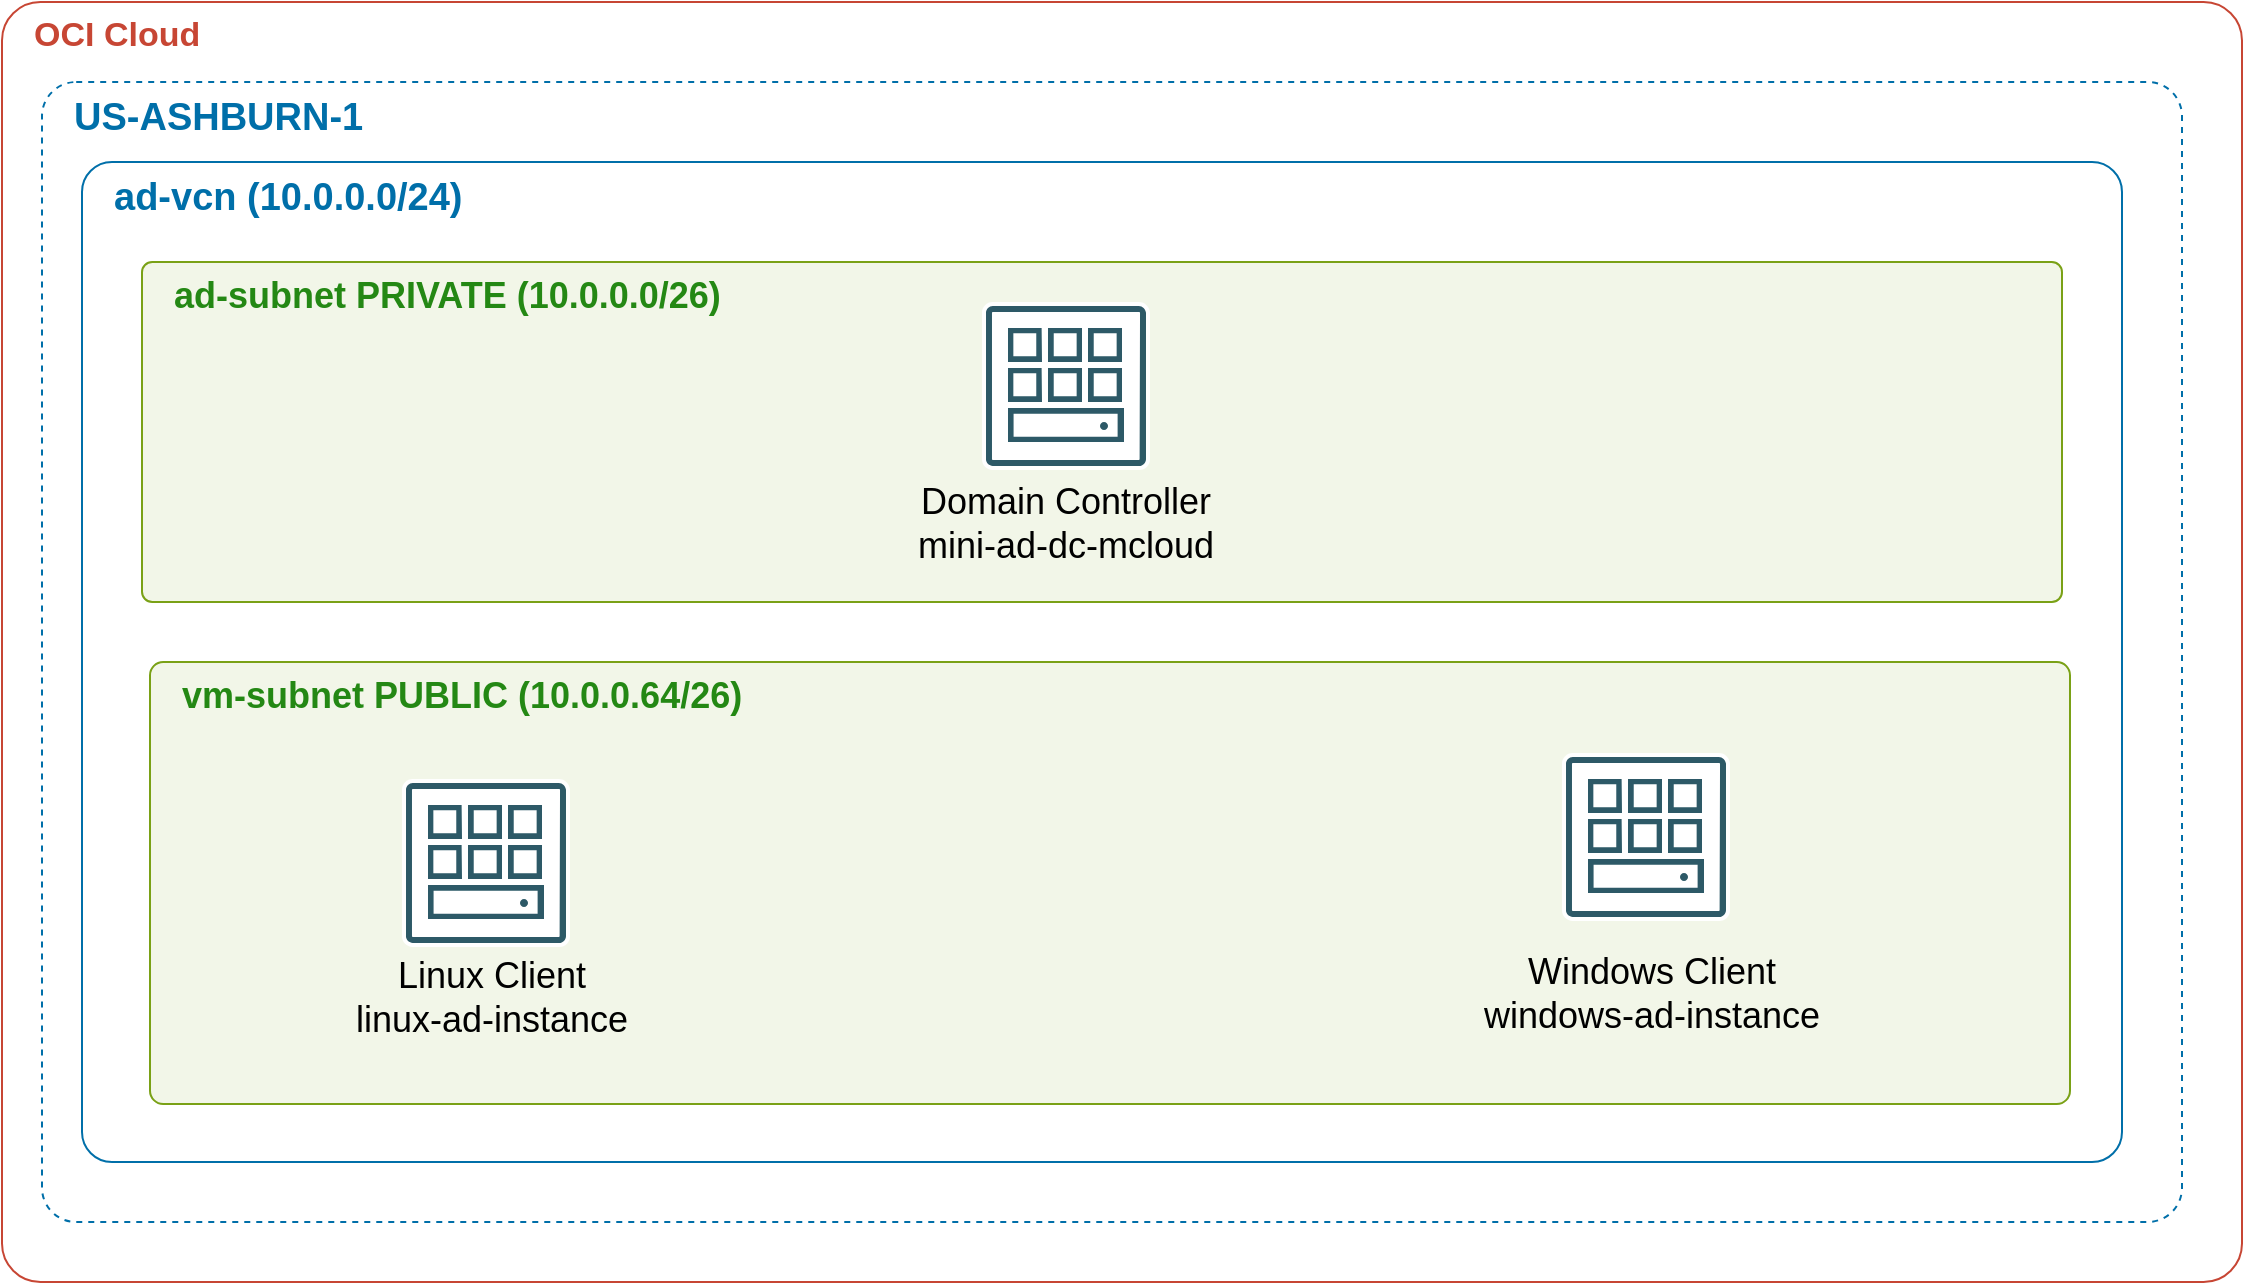
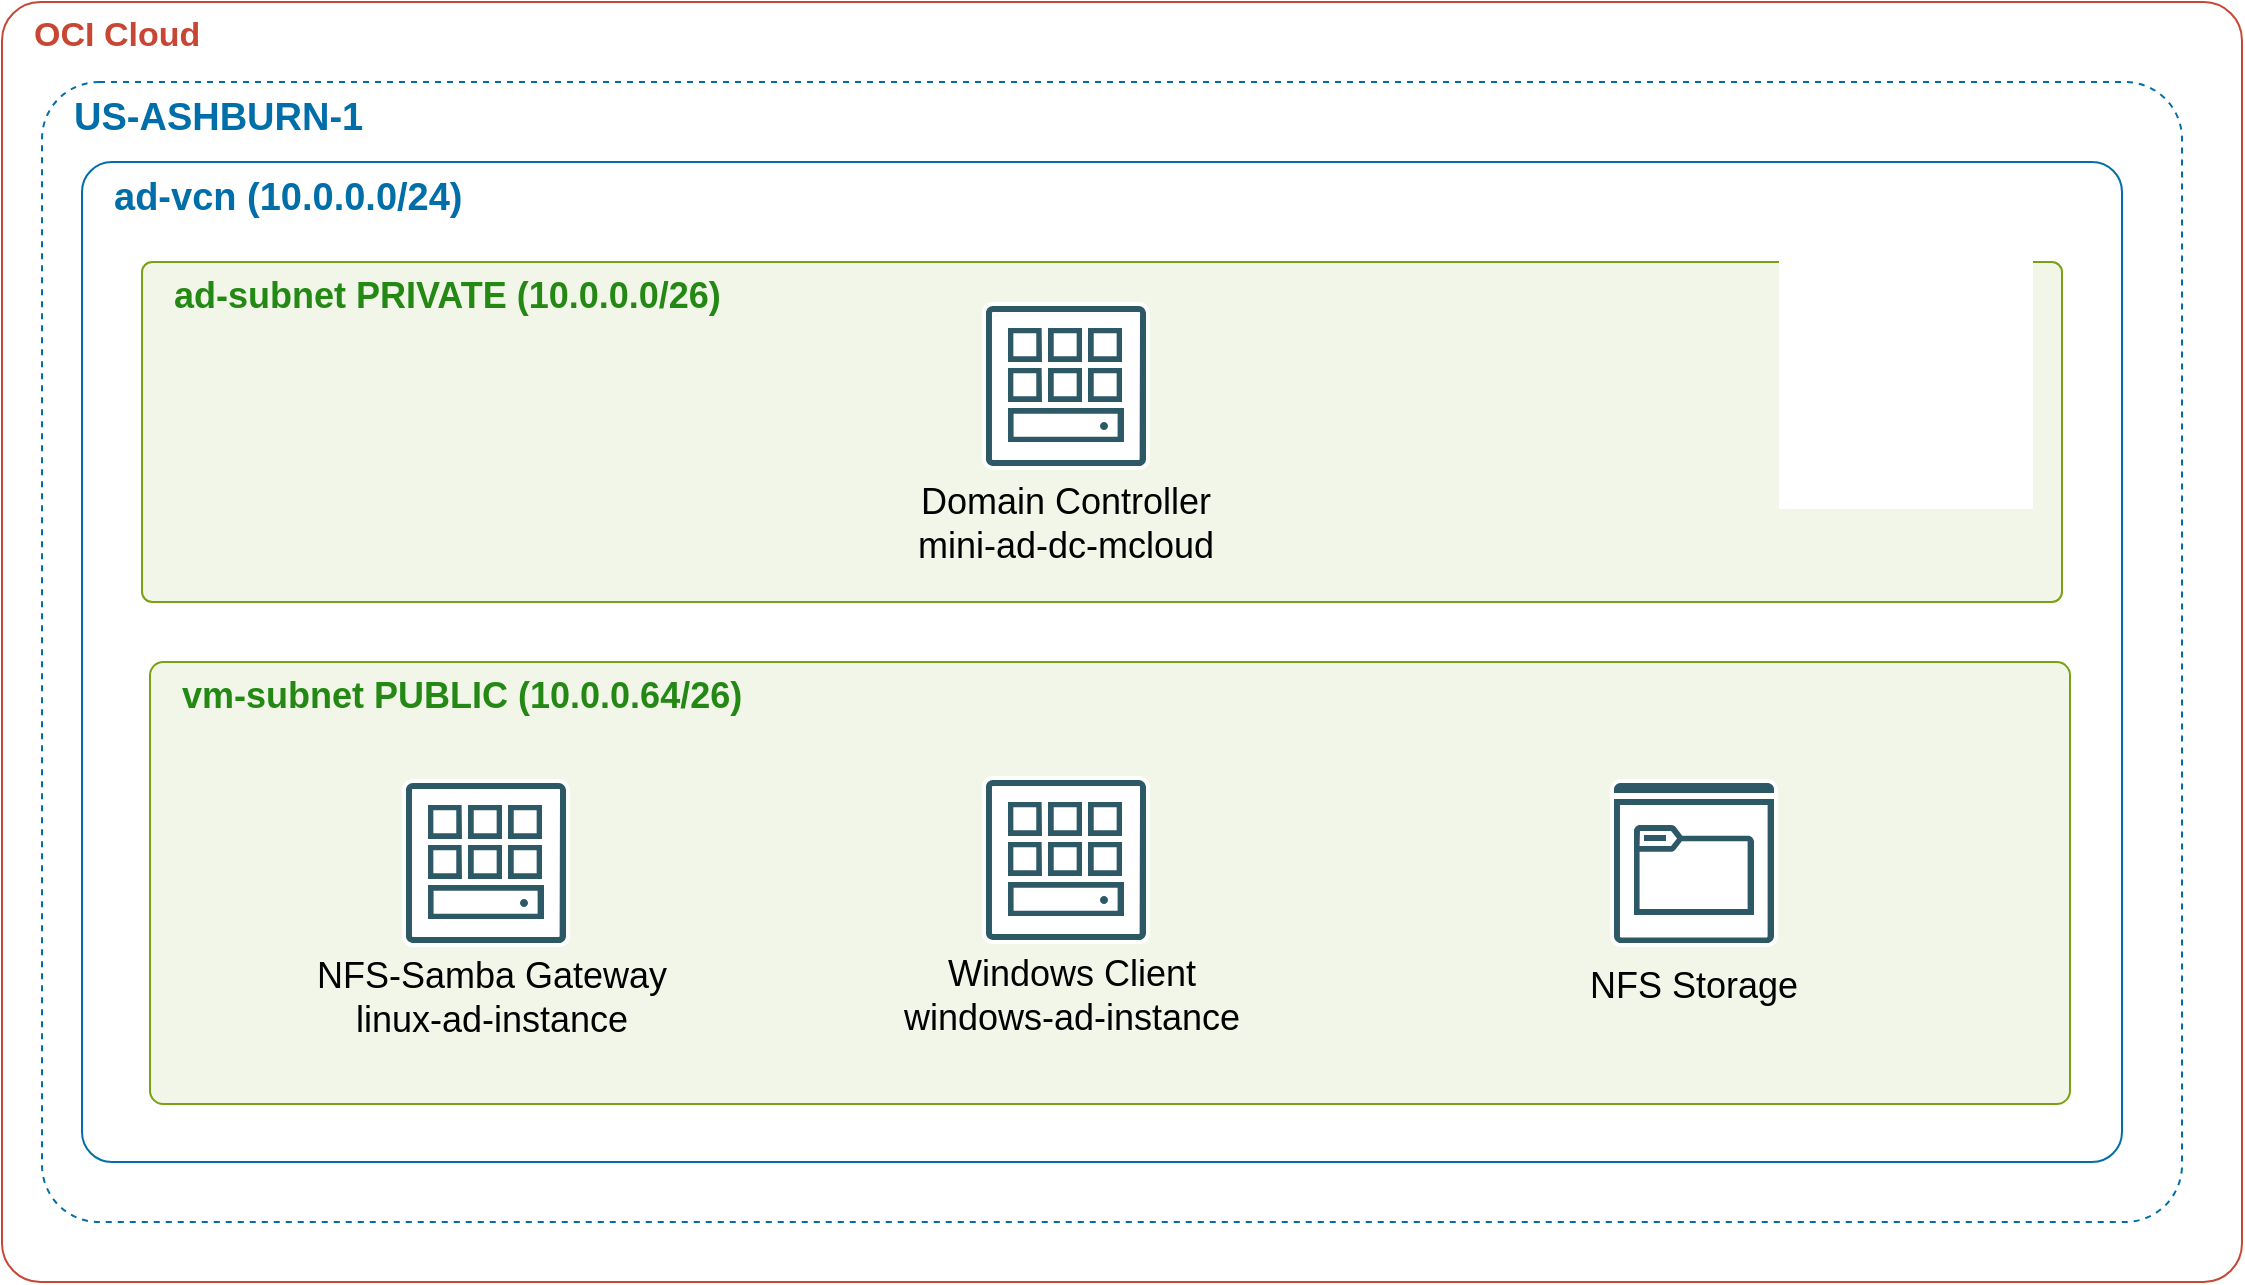
<mxfile host="app.diagrams.net" agent="Mozilla/5.0 (Windows NT 10.0; Win64; x64) AppleWebKit/537.36 (KHTML, like Gecko) Chrome/139.0.0.0 Safari/537.36">
  <diagram id="oci-mini-ad-arch" name="Page-1">
    <mxGraphModel grid="1" page="1" gridSize="10" guides="1" tooltips="1" connect="1" arrows="1" fold="1" pageScale="1" pageWidth="1169" pageHeight="827" math="0" shadow="0">
      <root>
        <mxCell id="0" />
        <mxCell id="1" parent="0" />
        <mxCell id="oci-cloud" parent="1" style="points=[[0,0],[0.25,0],[0.5,0],[0.75,0],[1,0],[1,0.25],[1,0.5],[1,0.75],[1,1],[0.75,1],[0.5,1],[0.25,1],[0,1],[0,0.75],[0,0.5],[0,0.25]];outlineConnect=0;gradientColor=none;html=1;whiteSpace=wrap;fontSize=14;fontStyle=1;strokeColor=#C74634;fillColor=none;verticalAlign=top;align=left;spacingLeft=14;fontColor=#C74634;dashed=0;labelBackgroundColor=#ffffff;rounded=1;arcSize=3;container=1;pointerEvents=0;collapsible=0;recursiveResize=0;" value="&lt;font style=&quot;font-size: 17px;&quot;&gt;OCI Cloud&lt;/font&gt;" vertex="1">
          <mxGeometry height="640" width="1120" x="30" y="10" as="geometry" />
        </mxCell>
-         <mxCell id="region" parent="oci-cloud" style="points=[[0,0],[0.25,0],[0.5,0],[0.75,0],[1,0],[1,0.25],[1,0.5],[1,0.75],[1,1],[0.75,1],[0.5,1],[0.25,1],[0,1],[0,0.75],[0,0.5],[0,0.25]];outlineConnect=0;gradientColor=none;html=1;whiteSpace=wrap;fontSize=12;fontStyle=0;container=1;pointerEvents=0;collapsible=0;recursiveResize=0;strokeColor=#006FA9;fillColor=none;verticalAlign=top;align=left;spacingLeft=14;fontColor=#006FA9;dashed=1;rounded=1;arcSize=3;" value="&lt;font style=&quot;font-size: 19px;&quot;&gt;&lt;b style=&quot;&quot;&gt;US-ASHBURN-1&lt;/b&gt;&lt;/font&gt;" vertex="1">
+         <mxCell id="region" parent="oci-cloud" style="points=[[0,0],[0.25,0],[0.5,0],[0.75,0],[1,0],[1,0.25],[1,0.5],[1,0.75],[1,1],[0.75,1],[0.5,1],[0.25,1],[0,1],[0,0.75],[0,0.5],[0,0.25]];outlineConnect=0;gradientColor=none;html=1;whiteSpace=wrap;fontSize=12;fontStyle=0;container=1;pointerEvents=0;collapsible=0;recursiveResize=0;strokeColor=#006FA9;fillColor=none;verticalAlign=top;align=left;spacingLeft=14;fontColor=#006FA9;dashed=1;rounded=1;arcSize=5;" value="&lt;font style=&quot;font-size: 19px;&quot;&gt;&lt;b style=&quot;&quot;&gt;US-ASHBURN-1&lt;/b&gt;&lt;/font&gt;" vertex="1">
          <mxGeometry height="570" width="1070" x="20" y="40" as="geometry" />
        </mxCell>
        <mxCell id="vcn" parent="region" style="points=[[0,0],[0.25,0],[0.5,0],[0.75,0],[1,0],[1,0.25],[1,0.5],[1,0.75],[1,1],[0.75,1],[0.5,1],[0.25,1],[0,1],[0,0.75],[0,0.5],[0,0.25]];outlineConnect=0;gradientColor=none;html=1;whiteSpace=wrap;fontSize=12;fontStyle=0;container=1;pointerEvents=0;collapsible=0;recursiveResize=0;strokeColor=#006FA9;fillColor=none;verticalAlign=top;align=left;spacingLeft=14;fontColor=#006FA9;dashed=0;rounded=1;arcSize=3;" value="&lt;font style=&quot;font-size: 19px;&quot;&gt;&lt;b&gt;ad-vcn (10.0.0.0/24)&lt;/b&gt;&lt;/font&gt;" vertex="1">
          <mxGeometry height="500" width="1020" x="20" y="40" as="geometry" />
        </mxCell>
        <mxCell id="ad-subnet" parent="vcn" style="points=[[0,0],[0.25,0],[0.5,0],[0.75,0],[1,0],[1,0.25],[1,0.5],[1,0.75],[1,1],[0.75,1],[0.5,1],[0.25,1],[0,1],[0,0.75],[0,0.5],[0,0.25]];outlineConnect=0;gradientColor=none;html=1;whiteSpace=wrap;fontSize=12;fontStyle=0;container=1;pointerEvents=0;collapsible=0;recursiveResize=0;strokeColor=#7AA116;fillColor=#F2F6E8;verticalAlign=top;align=left;spacingLeft=14;fontColor=#248814;dashed=0;rounded=1;arcSize=3;" value="&lt;font style=&quot;font-size: 18px;&quot;&gt;&lt;b&gt;ad-subnet PRIVATE (10.0.0.0/26)&lt;/b&gt;&lt;/font&gt;" vertex="1">
          <mxGeometry height="170" width="960" x="30" y="50" as="geometry" />
        </mxCell>
        <mxCell id="dc-2" parent="ad-subnet" style="vsdxID=53;fillColor=none;gradientColor=none;strokeColor=none;spacingTop=-7;spacingBottom=-3;spacingLeft=-3;spacingRight=-3;points=[];labelBackgroundColor=none;rounded=0;html=1;whiteSpace=wrap;" vertex="1">
          <mxGeometry height="84" width="84" x="420" y="20" as="geometry" />
        </mxCell>
        <mxCell id="dc-3" parent="dc-2" style="vsdxID=54;fillColor=none;gradientColor=none;strokeColor=none;spacingTop=-3;spacingBottom=-3;spacingLeft=-3;spacingRight=-3;points=[];labelBackgroundColor=none;rounded=0;html=1;whiteSpace=wrap;" vertex="1">
          <mxGeometry height="84" width="84" as="geometry" />
        </mxCell>
        <mxCell id="dc-4" parent="dc-3" style="vsdxID=55;fillColor=#FFFFFF;gradientColor=none;shape=stencil(lZPRDoIwDEW/Zq9LWUHCs+J/EAVZRCATFP/eYYdsAzW+td2922mzMtxey6zNmYBrp5pzfpfHrmS4Y0LIusyV7HTEMGW4LRqVn1TT10fK22xUjtGluY03DOSLOEajScCDCknC482rsif9oVdkCEggeIjGEfgWGASVwChMmsQchVGgqzBpEvLQfrWStUUJDuKb+QMhuHgz8ERnteDyTnDWVBzcVTiNvnFnCN/o9Cyi2CUEFy8Ab3xWB+hLfOJVxFnuI3+AnA1L6kEsG/HJB1zOxkNfBf39Hf/V62D++4WsKlod+9zfFV2iPcP0CQ==);strokeColor=none;spacingTop=-3;spacingBottom=-3;spacingLeft=-3;spacingRight=-3;points=[];labelBackgroundColor=none;rounded=0;html=1;whiteSpace=wrap;" vertex="1">
          <mxGeometry height="82" width="82" x="1" y="1" as="geometry" />
        </mxCell>
        <mxCell id="dc-5" parent="dc-3" style="vsdxID=56;fillColor=#FFFFFF;gradientColor=none;shape=stencil(lZXRdoIwDIafprc9aUMpvXb6Hp6JgzMmHsSNvf1gLbQNCHpX4h/88iehDHe34njNmYRb29Sf+U95aguGb0zK8lLkTdn2J4Z7hrtz3eQfTX2/nOzz9Tgoh9NX/T28obN5BjmqIUvCr41Ijtl/4GD17/fGJgiXoXhiXIYgKdBJJ9IcR5ELJVy6SIdzkQulPMHwz6vyEsIGCRN+JlZpgxRfgFEEN6jJV5ClhDfwCqlqEbgvR8S8VE95e5c0wdU8lTFu77cmtIprEdMGIs+v9GPYIGG5GZQ1SBCzHstZPXI2LDhzCZdnkIzB5sy+qt/aCXihxbBuWaZiyyD2C6hZdAghdmp9YSAi21wWYHTyREInb+J3EQHANro5Sh41R8U7TeQLGy2Ih56BQgXbPJWCVPPcenj9c9thDNcp/U5O3Ry5Um5EjErsXPjorLu5Nrr9wV8E57Kq7D0S/k4vjj5kLx3c/wE=);strokeColor=none;spacingTop=-3;spacingBottom=-3;spacingLeft=-3;spacingRight=-3;points=[];labelBackgroundColor=none;rounded=0;html=1;whiteSpace=wrap;" vertex="1">
          <mxGeometry height="84" width="84" as="geometry" />
        </mxCell>
        <mxCell id="dc-6" parent="dc-2" style="vsdxID=57;fillColor=none;gradientColor=none;strokeColor=none;spacingTop=-3;spacingBottom=-3;spacingLeft=-3;spacingRight=-3;points=[];labelBackgroundColor=none;rounded=0;html=1;whiteSpace=wrap;" vertex="1">
          <mxGeometry height="80" width="80" x="2" y="2" as="geometry" />
        </mxCell>
        <mxCell id="dc-7" parent="dc-6" style="vsdxID=58;fillColor=#2d5967;gradientColor=none;shape=stencil(lZXLcoMwDEW/xlvGWDzidZr8R6YhhSmFDCEt+ftCbbAkB+Lu/LgyR/IVFrC/ladrIZS89V37WfxU574U8CaUqpqy6Kp+HAk4CNhf2q746Np7czbz62lSTqOv9ns6YTBxOo3SeIpS8mFW5N/saMR11SBxEqlkXft+78zJsdmMI62tOsZyOSgyfdipsrtAd2H5drpOJgmWzra4JIXSO0qFsOcVKSkaqgNQyVO4scZ5RgCZnBPqXSRjSukYONRMueQBXAAOY6OETv+84B6kno9bIBVF1LnLm175AL774KX9XniVGTtzNVzJ38so88puneRSSr2UxihbqK20nCqsszw9hwWvuzCImkV5wmkpKlKE2QQFhPkEBdiVhEPyhoPFWesdB5uUfstxfcDlIwx01+z6EwqKFUF/rgCf/jtgHLj//aWqa/Nc4H3+PoxL5m2Bwy8=);strokeColor=none;spacingTop=-3;spacingBottom=-3;spacingLeft=-3;spacingRight=-3;points=[];labelBackgroundColor=none;rounded=0;html=1;whiteSpace=wrap;" vertex="1">
          <mxGeometry height="80" width="80" as="geometry" />
        </mxCell>
        <mxCell id="dc-8" parent="dc-6" style="vsdxID=59;fillColor=#2d5967;gradientColor=none;shape=stencil(pZJbDsIgFERXwy+hQBW/a91Hk1IhIjQUX7sXcmNsNaWx/s1wz32EDGLVoJpeIkqG4N1J3nQbFGJ7RKm2SnodokKsRqzqnJdH7y62Bd83iUzq7K5pwh36SOqg5AGuIOAPgBptR+iruArOoCvB7PosOv0BjkUxpTdYlPOjdxyXf/GCY7qd57/u+ZVfuGeZj+Idl04bA2kb1z/jFZ8gmqx+Ag==);strokeColor=none;spacingTop=-3;spacingBottom=-3;spacingLeft=-3;spacingRight=-3;points=[];labelBackgroundColor=none;rounded=0;html=1;whiteSpace=wrap;" vertex="1">
          <mxGeometry height="17" width="58" x="11" y="51" as="geometry" />
        </mxCell>
        <mxCell id="dc-9" parent="dc-6" style="vsdxID=60;fillColor=#2d5967;gradientColor=none;shape=stencil(jVLRDoMgDPwaXg2UOeezc/9hJk4ypwZ107+fpCRClxnf2nLH9eCYzIa66BUDPoyme6qPLseaySsD0G2tjB7XismcyazqjHqYbmpL7PvCIm316t72hhl5MbcU4Au2gmN/Q+x9MggWeJwk0Vk4gggZfAYyWGAjgcNIinGDUxql6Z7yxnADgEheQmV/OzfioW5MZHfNWoUkFCVWiVF/JRkijtokJv2ng9+t6Iv/s0l+tdHt4QSsxRadSjcNJs8/p1FbRxhTmX8B);strokeColor=none;spacingTop=-3;spacingBottom=-3;spacingLeft=-3;spacingRight=-3;points=[];labelBackgroundColor=none;rounded=0;html=1;whiteSpace=wrap;" vertex="1">
          <mxGeometry height="4" width="4" x="57" y="58" as="geometry" />
        </mxCell>
        <mxCell id="dc-10" parent="dc-6" style="vsdxID=61;fillColor=#2d5967;gradientColor=none;shape=stencil(pZLbDsIgEES/Zl8JZW3E51r/o0mpEBEa2nr5e0Fi2qrpRd92Z8+QCRnArJFFLYDRpnX2JK6qbCXgHhhTRgqnWj8B5oBZZZ04OtuZMu51Ecgwne0lvHCLvh0nnAcXo/eo0Od2iLBWZgDT38CETqCv4yJ4VdoZePwPHEmyGcFBSSdyp2SL/xl65avhM9Jqw0ykBQY/9NWplNaxecP7e9W8FGuK+QM=);strokeColor=none;spacingTop=-3;spacingBottom=-3;spacingLeft=-3;spacingRight=-3;points=[];labelBackgroundColor=none;rounded=0;html=1;whiteSpace=wrap;" vertex="1">
          <mxGeometry height="17" width="17" x="11" y="11" as="geometry" />
        </mxCell>
        <mxCell id="dc-11" parent="dc-6" style="vsdxID=62;fillColor=#2d5967;gradientColor=none;shape=stencil(pZJJDoMwDEVP422UxGXYU3oPJEKJmhIUoMPtm8iqCnSE7vzj920r+oBZVxetAsm73tmDOuuyrwG3IKVuauV07yvAHDCrrFN7Z4emJN0WgQzV0Z7ChAv5BOfBI/mVNKkdoUY3I3QleN/wEp2vXwSvRac/kG6YTCZwikxEH2bHLI3/M4iIJfje8HzSYsOXk34w+OIRmkobQ5kb9+ch808UUMxv);strokeColor=none;spacingTop=-3;spacingBottom=-3;spacingLeft=-3;spacingRight=-3;points=[];labelBackgroundColor=none;rounded=0;html=1;whiteSpace=wrap;" vertex="1">
          <mxGeometry height="17" width="17" x="31" y="11" as="geometry" />
        </mxCell>
        <mxCell id="dc-12" parent="dc-6" style="vsdxID=63;fillColor=#2d5967;gradientColor=none;shape=stencil(pZLbDsIgEES/Zl8JZW3E51r/o0mpEBEa2nr5e0Fi2qrpRd92Z8+QCRnArJFFLYDRpnX2JK6qbCXgHhhTRgqnWj8B5oBZZZ04OtuZMu51Ecgwne0lvHCLvh0nnAcXo/eo0Od2iLBWZgDT38CETqCv4yJ4VdoZePwPHEmyGcFBSSdyp2SL/xl65avhM9Jqw0ykBQY/9NWplNaxecP7e9W8FGuK+QM=);strokeColor=none;spacingTop=-3;spacingBottom=-3;spacingLeft=-3;spacingRight=-3;points=[];labelBackgroundColor=none;rounded=0;html=1;whiteSpace=wrap;" vertex="1">
          <mxGeometry height="17" width="17" x="11" y="31" as="geometry" />
        </mxCell>
        <mxCell id="dc-13" parent="dc-6" style="vsdxID=64;fillColor=#2d5967;gradientColor=none;shape=stencil(pZJJDoMwDEVP422UxGXYU3oPJEKJmhIUoMPtm8iqCnSE7vzj920r+oBZVxetAsm73tmDOuuyrwG3IKVuauV07yvAHDCrrFN7Z4emJN0WgQzV0Z7ChAv5BOfBI/mVNKkdoUY3I3QleN/wEp2vXwSvRac/kG6YTCZwikxEH2bHLI3/M4iIJfje8HzSYsOXk34w+OIRmkobQ5kb9+ch808UUMxv);strokeColor=none;spacingTop=-3;spacingBottom=-3;spacingLeft=-3;spacingRight=-3;points=[];labelBackgroundColor=none;rounded=0;html=1;whiteSpace=wrap;" vertex="1">
          <mxGeometry height="17" width="17" x="31" y="31" as="geometry" />
        </mxCell>
        <mxCell id="dc-14" parent="dc-6" style="vsdxID=65;fillColor=#2d5967;gradientColor=none;shape=stencil(pZJJDoMwDEVP422UxGXYU3oPJEKJmhIUoMPtm8iqCnSE7vzj920r+oBZVxetAsm73tmDOuuyrwG3IKVuauV07yvAHDCrrFN7Z4emJN0WgQzV0Z7ChAv5BOfBI/mVNKkdoUY3I3QleN/wEp2vXwSvRac/kG6YTCZwikxEH2bHLI3/M4iIJfje8HzSYsOXk34w+OIRmkobQ5kb9+ch808UUMxv);strokeColor=none;spacingTop=-3;spacingBottom=-3;spacingLeft=-3;spacingRight=-3;points=[];labelBackgroundColor=none;rounded=0;html=1;whiteSpace=wrap;" vertex="1">
          <mxGeometry height="17" width="17" x="51" y="11" as="geometry" />
        </mxCell>
        <mxCell id="dc-15" parent="dc-6" style="vsdxID=66;fillColor=#2d5967;gradientColor=none;shape=stencil(pZJJDoMwDEVP422UxGXYU3oPJEKJmhIUoMPtm8iqCnSE7vzj920r+oBZVxetAsm73tmDOuuyrwG3IKVuauV07yvAHDCrrFN7Z4emJN0WgQzV0Z7ChAv5BOfBI/mVNKkdoUY3I3QleN/wEp2vXwSvRac/kG6YTCZwikxEH2bHLI3/M4iIJfje8HzSYsOXk34w+OIRmkobQ5kb9+ch808UUMxv);strokeColor=none;spacingTop=-3;spacingBottom=-3;spacingLeft=-3;spacingRight=-3;points=[];labelBackgroundColor=none;rounded=0;html=1;whiteSpace=wrap;" vertex="1">
          <mxGeometry height="17" width="17" x="51" y="31" as="geometry" />
        </mxCell>
        <mxCell id="dc-label" parent="ad-subnet" style="verticalAlign=middle;align=center;vsdxID=68;fillColor=none;gradientColor=none;shape=stencil(nZBLDoAgDERP0z3SIyjew0SURgSD+Lu9kMZoXLhwN9O+tukAlrNpJg1SzDH4QW/URgNYgZTkjA4UkwJUgGXng+6DX1zLfmoymdXo17xh5zmRJ6Q42BWCfc2oJfdAr+Yv+AP9Cb7OJ3H/2JG1HNGz/84klThPVCc=);strokeColor=none;spacingTop=-3;spacingBottom=-3;spacingLeft=-3;spacingRight=-3;points=[];labelBackgroundColor=none;rounded=0;html=1;whiteSpace=wrap;" value="&lt;div&gt;&lt;p style=&quot;margin:0;direction:ltr;&quot;&gt;&lt;font style=&quot;font-size: 18px;&quot; face=&quot;Helvetica&quot;&gt;Domain Controller&lt;br&gt;mini-ad-dc-mcloud&lt;/font&gt;&lt;/p&gt;&lt;/div&gt;" vertex="1">
          <mxGeometry height="21" width="190" x="367" y="120" as="geometry" />
        </mxCell>
        <mxCell id="vm-subnet" parent="vcn" style="points=[[0,0],[0.25,0],[0.5,0],[0.75,0],[1,0],[1,0.25],[1,0.5],[1,0.75],[1,1],[0.75,1],[0.5,1],[0.25,1],[0,1],[0,0.75],[0,0.5],[0,0.25]];outlineConnect=0;gradientColor=none;html=1;whiteSpace=wrap;fontSize=12;fontStyle=0;container=1;pointerEvents=0;collapsible=0;recursiveResize=0;strokeColor=#7AA116;fillColor=#F2F6E8;verticalAlign=top;align=left;spacingLeft=14;fontColor=#248814;dashed=0;rounded=1;arcSize=3;" value="&lt;font style=&quot;font-size: 18px;&quot;&gt;&lt;b style=&quot;&quot;&gt;vm-subnet PUBLIC (10.0.0.64/26)&lt;/b&gt;&lt;/font&gt;" vertex="1">
          <mxGeometry height="221" width="960" x="34" y="250" as="geometry" />
        </mxCell>
        <mxCell id="linux-group" connectable="0" parent="vm-subnet" style="group;fontSize=18;" value="" vertex="1">
          <mxGeometry height="130" width="160" x="126" y="58.5" as="geometry" />
        </mxCell>
        <mxCell id="linux-2" parent="linux-group" style="vsdxID=53;fillColor=none;gradientColor=none;strokeColor=none;spacingTop=-3;spacingBottom=-3;spacingLeft=-3;spacingRight=-3;points=[];labelBackgroundColor=none;rounded=0;html=1;whiteSpace=wrap;" vertex="1">
          <mxGeometry height="84" width="84" as="geometry" />
        </mxCell>
        <mxCell id="linux-3" parent="linux-2" style="vsdxID=54;fillColor=none;gradientColor=none;strokeColor=none;spacingTop=-3;spacingBottom=-3;spacingLeft=-3;spacingRight=-3;points=[];labelBackgroundColor=none;rounded=0;html=1;whiteSpace=wrap;" vertex="1">
          <mxGeometry height="84" width="84" as="geometry" />
        </mxCell>
        <mxCell id="linux-4" parent="linux-3" style="vsdxID=55;fillColor=#FFFFFF;gradientColor=none;shape=stencil(lZPRDoIwDEW/Zq9LWUHCs+J/EAVZRCATFP/eYYdsAzW+td2922mzMtxey6zNmYBrp5pzfpfHrmS4Y0LIusyV7HTEMGW4LRqVn1TT10fK22xUjtGluY03DOSLOEajScCDCknC482rsif9oVdkCEggeIjGEfgWGASVwChMmsQchVGgqzBpEvLQfrWStUUJDuKb+QMhuHgz8ERnteDyTnDWVBzcVTiNvnFnCN/o9Cyi2CUEFy8Ab3xWB+hLfOJVxFnuI3+AnA1L6kEsG/HJB1zOxkNfBf39Hf/V62D++4WsKlod+9zfFV2iPcP0CQ==);strokeColor=none;spacingTop=-3;spacingBottom=-3;spacingLeft=-3;spacingRight=-3;points=[];labelBackgroundColor=none;rounded=0;html=1;whiteSpace=wrap;" vertex="1">
          <mxGeometry height="82" width="82" x="1" y="1" as="geometry" />
        </mxCell>
        <mxCell id="linux-5" parent="linux-3" style="vsdxID=56;fillColor=#FFFFFF;gradientColor=none;shape=stencil(lZXRdoIwDIafprc9aUMpvXb6Hp6JgzMmHsSNvf1gLbQNCHpX4h/88iehDHe34njNmYRb29Sf+U95aguGb0zK8lLkTdn2J4Z7hrtz3eQfTX2/nOzz9Tgoh9NX/T28obN5BjmqIUvCr41Ijtl/4GD17/fGJgiXoXhiXIYgKdBJJ9IcR5ELJVy6SIdzkQulPMHwz6vyEsIGCRN+JlZpgxRfgFEEN6jJV5ClhDfwCqlqEbgvR8S8VE95e5c0wdU8lTFu77cmtIprEdMGIs+v9GPYIGG5GZQ1SBCzHstZPXI2LDhzCZdnkIzB5sy+qt/aCXihxbBuWaZiyyD2C6hZdAghdmp9YSAi21wWYHTyREInb+J3EQHANro5Sh41R8U7TeQLGy2Ih56BQgXbPJWCVPPcenj9c9thDNcp/U5O3Ry5Um5EjErsXPjorLu5Nrr9wV8E57Kq7D0S/k4vjj5kLx3c/wE=);strokeColor=none;spacingTop=-3;spacingBottom=-3;spacingLeft=-3;spacingRight=-3;points=[];labelBackgroundColor=none;rounded=0;html=1;whiteSpace=wrap;" vertex="1">
          <mxGeometry height="84" width="84" as="geometry" />
        </mxCell>
        <mxCell id="linux-6" parent="linux-2" style="vsdxID=57;fillColor=none;gradientColor=none;strokeColor=none;spacingTop=-3;spacingBottom=-3;spacingLeft=-3;spacingRight=-3;points=[];labelBackgroundColor=none;rounded=0;html=1;whiteSpace=wrap;" vertex="1">
          <mxGeometry height="80" width="80" x="2" y="2" as="geometry" />
        </mxCell>
        <mxCell id="linux-7" parent="linux-6" style="vsdxID=58;fillColor=#2d5967;gradientColor=none;shape=stencil(lZXLcoMwDEW/xlvGWDzidZr8R6YhhSmFDCEt+ftCbbAkB+Lu/LgyR/IVFrC/ladrIZS89V37WfxU574U8CaUqpqy6Kp+HAk4CNhf2q746Np7czbz62lSTqOv9ns6YTBxOo3SeIpS8mFW5N/saMR11SBxEqlkXft+78zJsdmMI62tOsZyOSgyfdipsrtAd2H5drpOJgmWzra4JIXSO0qFsOcVKSkaqgNQyVO4scZ5RgCZnBPqXSRjSukYONRMueQBXAAOY6OETv+84B6kno9bIBVF1LnLm175AL774KX9XniVGTtzNVzJ38so88puneRSSr2UxihbqK20nCqsszw9hwWvuzCImkV5wmkpKlKE2QQFhPkEBdiVhEPyhoPFWesdB5uUfstxfcDlIwx01+z6EwqKFUF/rgCf/jtgHLj//aWqa/Nc4H3+PoxL5m2Bwy8=);strokeColor=none;spacingTop=-3;spacingBottom=-3;spacingLeft=-3;spacingRight=-3;points=[];labelBackgroundColor=none;rounded=0;html=1;whiteSpace=wrap;" vertex="1">
          <mxGeometry height="80" width="80" as="geometry" />
        </mxCell>
        <mxCell id="linux-8" parent="linux-6" style="vsdxID=59;fillColor=#2d5967;gradientColor=none;shape=stencil(pZJbDsIgFERXwy+hQBW/a91Hk1IhIjQUX7sXcmNsNaWx/s1wz32EDGLVoJpeIkqG4N1J3nQbFGJ7RKm2SnodokKsRqzqnJdH7y62Bd83iUzq7K5pwh36SOqg5AGuIOAPgBptR+iruArOoCvB7PosOv0BjkUxpTdYlPOjdxyXf/GCY7qd57/u+ZVfuGeZj+Idl04bA2kb1z/jFZ8gmqx+Ag==);strokeColor=none;spacingTop=-3;spacingBottom=-3;spacingLeft=-3;spacingRight=-3;points=[];labelBackgroundColor=none;rounded=0;html=1;whiteSpace=wrap;" vertex="1">
          <mxGeometry height="17" width="58" x="11" y="51" as="geometry" />
        </mxCell>
        <mxCell id="linux-9" parent="linux-6" style="vsdxID=60;fillColor=#2d5967;gradientColor=none;shape=stencil(jVLRDoMgDPwaXg2UOeezc/9hJk4ypwZ107+fpCRClxnf2nLH9eCYzIa66BUDPoyme6qPLseaySsD0G2tjB7XismcyazqjHqYbmpL7PvCIm316t72hhl5MbcU4Au2gmN/Q+x9MggWeJwk0Vk4gggZfAYyWGAjgcNIinGDUxql6Z7yxnADgEheQmV/OzfioW5MZHfNWoUkFCVWiVF/JRkijtokJv2ng9+t6Iv/s0l+tdHt4QSsxRadSjcNJs8/p1FbRxhTmX8B);strokeColor=none;spacingTop=-3;spacingBottom=-3;spacingLeft=-3;spacingRight=-3;points=[];labelBackgroundColor=none;rounded=0;html=1;whiteSpace=wrap;" vertex="1">
          <mxGeometry height="4" width="4" x="57" y="58" as="geometry" />
        </mxCell>
        <mxCell id="linux-10" parent="linux-6" style="vsdxID=61;fillColor=#2d5967;gradientColor=none;shape=stencil(pZLbDsIgEES/Zl8JZW3E51r/o0mpEBEa2nr5e0Fi2qrpRd92Z8+QCRnArJFFLYDRpnX2JK6qbCXgHhhTRgqnWj8B5oBZZZ04OtuZMu51Ecgwne0lvHCLvh0nnAcXo/eo0Od2iLBWZgDT38CETqCv4yJ4VdoZePwPHEmyGcFBSSdyp2SL/xl65avhM9Jqw0ykBQY/9NWplNaxecP7e9W8FGuK+QM=);strokeColor=none;spacingTop=-3;spacingBottom=-3;spacingLeft=-3;spacingRight=-3;points=[];labelBackgroundColor=none;rounded=0;html=1;whiteSpace=wrap;" vertex="1">
          <mxGeometry height="17" width="17" x="11" y="11" as="geometry" />
        </mxCell>
        <mxCell id="linux-11" parent="linux-6" style="vsdxID=62;fillColor=#2d5967;gradientColor=none;shape=stencil(pZJJDoMwDEVP422UxGXYU3oPJEKJmhIUoMPtm8iqCnSE7vzj920r+oBZVxetAsm73tmDOuuyrwG3IKVuauV07yvAHDCrrFN7Z4emJN0WgQzV0Z7ChAv5BOfBI/mVNKkdoUY3I3QleN/wEp2vXwSvRac/kG6YTCZwikxEH2bHLI3/M4iIJfje8HzSYsOXk34w+OIRmkobQ5kb9+ch808UUMxv);strokeColor=none;spacingTop=-3;spacingBottom=-3;spacingLeft=-3;spacingRight=-3;points=[];labelBackgroundColor=none;rounded=0;html=1;whiteSpace=wrap;" vertex="1">
          <mxGeometry height="17" width="17" x="31" y="11" as="geometry" />
        </mxCell>
        <mxCell id="linux-12" parent="linux-6" style="vsdxID=63;fillColor=#2d5967;gradientColor=none;shape=stencil(pZLbDsIgEES/Zl8JZW3E51r/o0mpEBEa2nr5e0Fi2qrpRd92Z8+QCRnArJFFLYDRpnX2JK6qbCXgHhhTRgqnWj8B5oBZZZ04OtuZMu51Ecgwne0lvHCLvh0nnAcXo/eo0Od2iLBWZgDT38CETqCv4yJ4VdoZePwPHEmyGcFBSSdyp2SL/xl65avhM9Jqw0ykBQY/9NWplNaxecP7e9W8FGuK+QM=);strokeColor=none;spacingTop=-3;spacingBottom=-3;spacingLeft=-3;spacingRight=-3;points=[];labelBackgroundColor=none;rounded=0;html=1;whiteSpace=wrap;" vertex="1">
          <mxGeometry height="17" width="17" x="11" y="31" as="geometry" />
        </mxCell>
        <mxCell id="linux-13" parent="linux-6" style="vsdxID=64;fillColor=#2d5967;gradientColor=none;shape=stencil(pZJJDoMwDEVP422UxGXYU3oPJEKJmhIUoMPtm8iqCnSE7vzj920r+oBZVxetAsm73tmDOuuyrwG3IKVuauV07yvAHDCrrFN7Z4emJN0WgQzV0Z7ChAv5BOfBI/mVNKkdoUY3I3QleN/wEp2vXwSvRac/kG6YTCZwikxEH2bHLI3/M4iIJfje8HzSYsOXk34w+OIRmkobQ5kb9+ch808UUMxv);strokeColor=none;spacingTop=-3;spacingBottom=-3;spacingLeft=-3;spacingRight=-3;points=[];labelBackgroundColor=none;rounded=0;html=1;whiteSpace=wrap;" vertex="1">
          <mxGeometry height="17" width="17" x="31" y="31" as="geometry" />
        </mxCell>
        <mxCell id="linux-14" parent="linux-6" style="vsdxID=65;fillColor=#2d5967;gradientColor=none;shape=stencil(pZJJDoMwDEVP422UxGXYU3oPJEKJmhIUoMPtm8iqCnSE7vzj920r+oBZVxetAsm73tmDOuuyrwG3IKVuauV07yvAHDCrrFN7Z4emJN0WgQzV0Z7ChAv5BOfBI/mVNKkdoUY3I3QleN/wEp2vXwSvRac/kG6YTCZwikxEH2bHLI3/M4iIJfje8HzSYsOXk34w+OIRmkobQ5kb9+ch808UUMxv);strokeColor=none;spacingTop=-3;spacingBottom=-3;spacingLeft=-3;spacingRight=-3;points=[];labelBackgroundColor=none;rounded=0;html=1;whiteSpace=wrap;" vertex="1">
          <mxGeometry height="17" width="17" x="51" y="11" as="geometry" />
        </mxCell>
        <mxCell id="linux-15" parent="linux-6" style="vsdxID=66;fillColor=#2d5967;gradientColor=none;shape=stencil(pZJJDoMwDEVP422UxGXYU3oPJEKJmhIUoMPtm8iqCnSE7vzj920r+oBZVxetAsm73tmDOuuyrwG3IKVuauV07yvAHDCrrFN7Z4emJN0WgQzV0Z7ChAv5BOfBI/mVNKkdoUY3I3QleN/wEp2vXwSvRac/kG6YTCZwikxEH2bHLI3/M4iIJfje8HzSYsOXk34w+OIRmkobQ5kb9+ch808UUMxv);strokeColor=none;spacingTop=-3;spacingBottom=-3;spacingLeft=-3;spacingRight=-3;points=[];labelBackgroundColor=none;rounded=0;html=1;whiteSpace=wrap;" vertex="1">
          <mxGeometry height="17" width="17" x="51" y="31" as="geometry" />
        </mxCell>
-         <mxCell id="linux-label" parent="linux-group" style="verticalAlign=middle;align=center;vsdxID=68;fillColor=none;gradientColor=none;shape=stencil(nZBLDoAgDERP0z3SIyjew0SURgSD+Lu9kMZoXLhwN9O+tukAlrNpJg1SzDH4QW/URgNYgZTkjA4UkwJUgGXng+6DX1zLfmoymdXo17xh5zmRJ6Q42BWCfc2oJfdAr+Yv+AP9Cb7OJ3H/2JG1HNGz/84klThPVCc=);strokeColor=none;spacingTop=-3;spacingBottom=-3;spacingLeft=-3;spacingRight=-3;points=[];labelBackgroundColor=none;rounded=0;html=1;whiteSpace=wrap;" value="&lt;div&gt;&lt;p style=&quot;margin:0;direction:ltr;&quot;&gt;&lt;font style=&quot;font-size: 18px;&quot; face=&quot;Helvetica&quot;&gt;Linux Client&lt;br&gt;linux-ad-instance&lt;/font&gt;&lt;/p&gt;&lt;/div&gt;" vertex="1">
+         <mxCell id="linux-label" parent="linux-group" style="verticalAlign=middle;align=center;vsdxID=68;fillColor=none;gradientColor=none;shape=stencil(nZBLDoAgDERP0z3SIyjew0SURgSD+Lu9kMZoXLhwN9O+tukAlrNpJg1SzDH4QW/URgNYgZTkjA4UkwJUgGXng+6DX1zLfmoymdXo17xh5zmRJ6Q42BWCfc2oJfdAr+Yv+AP9Cb7OJ3H/2JG1HNGz/84klThPVCc=);strokeColor=none;spacingTop=-3;spacingBottom=-3;spacingLeft=-3;spacingRight=-3;points=[];labelBackgroundColor=none;rounded=0;html=1;whiteSpace=wrap;" value="&lt;div&gt;&lt;p style=&quot;margin:0;direction:ltr;&quot;&gt;&lt;font style=&quot;font-size: 18px;&quot; face=&quot;Helvetica&quot;&gt;NFS-Samba Gateway&lt;br&gt;linux-ad-instance&lt;/font&gt;&lt;/p&gt;&lt;/div&gt;" vertex="1">
          <mxGeometry height="41" width="190" x="-50" y="89" as="geometry" />
        </mxCell>
        <mxCell id="win-group" connectable="0" parent="vm-subnet" style="group;fontSize=18;" value="" vertex="1">
-           <mxGeometry height="140.5" width="160" x="706" y="45.5" as="geometry" />
+           <mxGeometry height="140.5" width="160" x="416" y="57" as="geometry" />
        </mxCell>
        <mxCell id="win-2" parent="win-group" style="vsdxID=53;fillColor=none;gradientColor=none;strokeColor=none;spacingTop=-3;spacingBottom=-3;spacingLeft=-3;spacingRight=-3;points=[];labelBackgroundColor=none;rounded=0;html=1;whiteSpace=wrap;" vertex="1">
          <mxGeometry height="84" width="84" as="geometry" />
        </mxCell>
        <mxCell id="win-3" parent="win-2" style="vsdxID=54;fillColor=none;gradientColor=none;strokeColor=none;spacingTop=-3;spacingBottom=-3;spacingLeft=-3;spacingRight=-3;points=[];labelBackgroundColor=none;rounded=0;html=1;whiteSpace=wrap;" vertex="1">
          <mxGeometry height="84" width="84" as="geometry" />
        </mxCell>
        <mxCell id="win-4" parent="win-3" style="vsdxID=55;fillColor=#FFFFFF;gradientColor=none;shape=stencil(lZPRDoIwDEW/Zq9LWUHCs+J/EAVZRCATFP/eYYdsAzW+td2922mzMtxey6zNmYBrp5pzfpfHrmS4Y0LIusyV7HTEMGW4LRqVn1TT10fK22xUjtGluY03DOSLOEajScCDCknC482rsif9oVdkCEggeIjGEfgWGASVwChMmsQchVGgqzBpEvLQfrWStUUJDuKb+QMhuHgz8ERnteDyTnDWVBzcVTiNvnFnCN/o9Cyi2CUEFy8Ab3xWB+hLfOJVxFnuI3+AnA1L6kEsG/HJB1zOxkNfBf39Hf/V62D++4WsKlod+9zfFV2iPcP0CQ==);strokeColor=none;spacingTop=-3;spacingBottom=-3;spacingLeft=-3;spacingRight=-3;points=[];labelBackgroundColor=none;rounded=0;html=1;whiteSpace=wrap;" vertex="1">
          <mxGeometry height="82" width="82" x="1" y="1" as="geometry" />
        </mxCell>
        <mxCell id="win-5" parent="win-3" style="vsdxID=56;fillColor=#FFFFFF;gradientColor=none;shape=stencil(lZXRdoIwDIafprc9aUMpvXb6Hp6JgzMmHsSNvf1gLbQNCHpX4h/88iehDHe34njNmYRb29Sf+U95aguGb0zK8lLkTdn2J4Z7hrtz3eQfTX2/nOzz9Tgoh9NX/T28obN5BjmqIUvCr41Ijtl/4GD17/fGJgiXoXhiXIYgKdBJJ9IcR5ELJVy6SIdzkQulPMHwz6vyEsIGCRN+JlZpgxRfgFEEN6jJV5ClhDfwCqlqEbgvR8S8VE95e5c0wdU8lTFu77cmtIprEdMGIs+v9GPYIGG5GZQ1SBCzHstZPXI2LDhzCZdnkIzB5sy+qt/aCXihxbBuWaZiyyD2C6hZdAghdmp9YSAi21wWYHTyREInb+J3EQHANro5Sh41R8U7TeQLGy2Ih56BQgXbPJWCVPPcenj9c9thDNcp/U5O3Ry5Um5EjErsXPjorLu5Nrr9wV8E57Kq7D0S/k4vjj5kLx3c/wE=);strokeColor=none;spacingTop=-3;spacingBottom=-3;spacingLeft=-3;spacingRight=-3;points=[];labelBackgroundColor=none;rounded=0;html=1;whiteSpace=wrap;" vertex="1">
          <mxGeometry height="84" width="84" as="geometry" />
        </mxCell>
        <mxCell id="win-6" parent="win-2" style="vsdxID=57;fillColor=none;gradientColor=none;strokeColor=none;spacingTop=-3;spacingBottom=-3;spacingLeft=-3;spacingRight=-3;points=[];labelBackgroundColor=none;rounded=0;html=1;whiteSpace=wrap;" vertex="1">
          <mxGeometry height="80" width="80" x="2" y="2" as="geometry" />
        </mxCell>
        <mxCell id="win-7" parent="win-6" style="vsdxID=58;fillColor=#2d5967;gradientColor=none;shape=stencil(lZXLcoMwDEW/xlvGWDzidZr8R6YhhSmFDCEt+ftCbbAkB+Lu/LgyR/IVFrC/ladrIZS89V37WfxU574U8CaUqpqy6Kp+HAk4CNhf2q746Np7czbz62lSTqOv9ns6YTBxOo3SeIpS8mFW5N/saMR11SBxEqlkXft+78zJsdmMI62tOsZyOSgyfdipsrtAd2H5drpOJgmWzra4JIXSO0qFsOcVKSkaqgNQyVO4scZ5RgCZnBPqXSRjSukYONRMueQBXAAOY6OETv+84B6kno9bIBVF1LnLm175AL774KX9XniVGTtzNVzJ38so88puneRSSr2UxihbqK20nCqsszw9hwWvuzCImkV5wmkpKlKE2QQFhPkEBdiVhEPyhoPFWesdB5uUfstxfcDlIwx01+z6EwqKFUF/rgCf/jtgHLj//aWqa/Nc4H3+PoxL5m2Bwy8=);strokeColor=none;spacingTop=-3;spacingBottom=-3;spacingLeft=-3;spacingRight=-3;points=[];labelBackgroundColor=none;rounded=0;html=1;whiteSpace=wrap;" vertex="1">
          <mxGeometry height="80" width="80" as="geometry" />
        </mxCell>
        <mxCell id="win-8" parent="win-6" style="vsdxID=59;fillColor=#2d5967;gradientColor=none;shape=stencil(pZJbDsIgFERXwy+hQBW/a91Hk1IhIjQUX7sXcmNsNaWx/s1wz32EDGLVoJpeIkqG4N1J3nQbFGJ7RKm2SnodokKsRqzqnJdH7y62Bd83iUzq7K5pwh36SOqg5AGuIOAPgBptR+iruArOoCvB7PosOv0BjkUxpTdYlPOjdxyXf/GCY7qd57/u+ZVfuGeZj+Idl04bA2kb1z/jFZ8gmqx+Ag==);strokeColor=none;spacingTop=-3;spacingBottom=-3;spacingLeft=-3;spacingRight=-3;points=[];labelBackgroundColor=none;rounded=0;html=1;whiteSpace=wrap;" vertex="1">
          <mxGeometry height="17" width="58" x="11" y="51" as="geometry" />
        </mxCell>
        <mxCell id="win-9" parent="win-6" style="vsdxID=60;fillColor=#2d5967;gradientColor=none;shape=stencil(jVLRDoMgDPwaXg2UOeezc/9hJk4ypwZ107+fpCRClxnf2nLH9eCYzIa66BUDPoyme6qPLseaySsD0G2tjB7XismcyazqjHqYbmpL7PvCIm316t72hhl5MbcU4Au2gmN/Q+x9MggWeJwk0Vk4gggZfAYyWGAjgcNIinGDUxql6Z7yxnADgEheQmV/OzfioW5MZHfNWoUkFCVWiVF/JRkijtokJv2ng9+t6Iv/s0l+tdHt4QSsxRadSjcNJs8/p1FbRxhTmX8B);strokeColor=none;spacingTop=-3;spacingBottom=-3;spacingLeft=-3;spacingRight=-3;points=[];labelBackgroundColor=none;rounded=0;html=1;whiteSpace=wrap;" vertex="1">
          <mxGeometry height="4" width="4" x="57" y="58" as="geometry" />
        </mxCell>
        <mxCell id="win-10" parent="win-6" style="vsdxID=61;fillColor=#2d5967;gradientColor=none;shape=stencil(pZLbDsIgEES/Zl8JZW3E51r/o0mpEBEa2nr5e0Fi2qrpRd92Z8+QCRnArJFFLYDRpnX2JK6qbCXgHhhTRgqnWj8B5oBZZZ04OtuZMu51Ecgwne0lvHCLvh0nnAcXo/eo0Od2iLBWZgDT38CETqCv4yJ4VdoZePwPHEmyGcFBSSdyp2SL/xl65avhM9Jqw0ykBQY/9NWplNaxecP7e9W8FGuK+QM=);strokeColor=none;spacingTop=-3;spacingBottom=-3;spacingLeft=-3;spacingRight=-3;points=[];labelBackgroundColor=none;rounded=0;html=1;whiteSpace=wrap;" vertex="1">
          <mxGeometry height="17" width="17" x="11" y="11" as="geometry" />
        </mxCell>
        <mxCell id="win-11" parent="win-6" style="vsdxID=62;fillColor=#2d5967;gradientColor=none;shape=stencil(pZJJDoMwDEVP422UxGXYU3oPJEKJmhIUoMPtm8iqCnSE7vzj920r+oBZVxetAsm73tmDOuuyrwG3IKVuauV07yvAHDCrrFN7Z4emJN0WgQzV0Z7ChAv5BOfBI/mVNKkdoUY3I3QleN/wEp2vXwSvRac/kG6YTCZwikxEH2bHLI3/M4iIJfje8HzSYsOXk34w+OIRmkobQ5kb9+ch808UUMxv);strokeColor=none;spacingTop=-3;spacingBottom=-3;spacingLeft=-3;spacingRight=-3;points=[];labelBackgroundColor=none;rounded=0;html=1;whiteSpace=wrap;" vertex="1">
          <mxGeometry height="17" width="17" x="31" y="11" as="geometry" />
        </mxCell>
        <mxCell id="win-12" parent="win-6" style="vsdxID=63;fillColor=#2d5967;gradientColor=none;shape=stencil(pZLbDsIgEES/Zl8JZW3E51r/o0mpEBEa2nr5e0Fi2qrpRd92Z8+QCRnArJFFLYDRpnX2JK6qbCXgHhhTRgqnWj8B5oBZZZ04OtuZMu51Ecgwne0lvHCLvh0nnAcXo/eo0Od2iLBWZgDT38CETqCv4yJ4VdoZePwPHEmyGcFBSSdyp2SL/xl65avhM9Jqw0ykBQY/9NWplNaxecP7e9W8FGuK+QM=);strokeColor=none;spacingTop=-3;spacingBottom=-3;spacingLeft=-3;spacingRight=-3;points=[];labelBackgroundColor=none;rounded=0;html=1;whiteSpace=wrap;" vertex="1">
          <mxGeometry height="17" width="17" x="11" y="31" as="geometry" />
        </mxCell>
        <mxCell id="win-13" parent="win-6" style="vsdxID=64;fillColor=#2d5967;gradientColor=none;shape=stencil(pZJJDoMwDEVP422UxGXYU3oPJEKJmhIUoMPtm8iqCnSE7vzj920r+oBZVxetAsm73tmDOuuyrwG3IKVuauV07yvAHDCrrFN7Z4emJN0WgQzV0Z7ChAv5BOfBI/mVNKkdoUY3I3QleN/wEp2vXwSvRac/kG6YTCZwikxEH2bHLI3/M4iIJfje8HzSYsOXk34w+OIRmkobQ5kb9+ch808UUMxv);strokeColor=none;spacingTop=-3;spacingBottom=-3;spacingLeft=-3;spacingRight=-3;points=[];labelBackgroundColor=none;rounded=0;html=1;whiteSpace=wrap;" vertex="1">
          <mxGeometry height="17" width="17" x="31" y="31" as="geometry" />
        </mxCell>
        <mxCell id="win-14" parent="win-6" style="vsdxID=65;fillColor=#2d5967;gradientColor=none;shape=stencil(pZJJDoMwDEVP422UxGXYU3oPJEKJmhIUoMPtm8iqCnSE7vzj920r+oBZVxetAsm73tmDOuuyrwG3IKVuauV07yvAHDCrrFN7Z4emJN0WgQzV0Z7ChAv5BOfBI/mVNKkdoUY3I3QleN/wEp2vXwSvRac/kG6YTCZwikxEH2bHLI3/M4iIJfje8HzSYsOXk34w+OIRmkobQ5kb9+ch808UUMxv);strokeColor=none;spacingTop=-3;spacingBottom=-3;spacingLeft=-3;spacingRight=-3;points=[];labelBackgroundColor=none;rounded=0;html=1;whiteSpace=wrap;" vertex="1">
          <mxGeometry height="17" width="17" x="51" y="11" as="geometry" />
        </mxCell>
        <mxCell id="win-15" parent="win-6" style="vsdxID=66;fillColor=#2d5967;gradientColor=none;shape=stencil(pZJJDoMwDEVP422UxGXYU3oPJEKJmhIUoMPtm8iqCnSE7vzj920r+oBZVxetAsm73tmDOuuyrwG3IKVuauV07yvAHDCrrFN7Z4emJN0WgQzV0Z7ChAv5BOfBI/mVNKkdoUY3I3QleN/wEp2vXwSvRac/kG6YTCZwikxEH2bHLI3/M4iIJfje8HzSYsOXk34w+OIRmkobQ5kb9+ch808UUMxv);strokeColor=none;spacingTop=-3;spacingBottom=-3;spacingLeft=-3;spacingRight=-3;points=[];labelBackgroundColor=none;rounded=0;html=1;whiteSpace=wrap;" vertex="1">
          <mxGeometry height="17" width="17" x="51" y="31" as="geometry" />
        </mxCell>
        <mxCell id="win-label" parent="win-group" style="verticalAlign=middle;align=center;vsdxID=68;fillColor=none;gradientColor=none;shape=stencil(nZBLDoAgDERP0z3SIyjew0SURgSD+Lu9kMZoXLhwN9O+tukAlrNpJg1SzDH4QW/URgNYgZTkjA4UkwJUgGXng+6DX1zLfmoymdXo17xh5zmRJ6Q42BWCfc2oJfdAr+Yv+AP9Cb7OJ3H/2JG1HNGz/84klThPVCc=);strokeColor=none;spacingTop=-3;spacingBottom=-3;spacingLeft=-3;spacingRight=-3;points=[];labelBackgroundColor=none;rounded=0;html=1;whiteSpace=wrap;" value="&lt;div&gt;&lt;p style=&quot;margin:0;direction:ltr;&quot;&gt;&lt;font style=&quot;font-size: 18px;&quot; face=&quot;Helvetica&quot;&gt;Windows Client&lt;br&gt;windows-ad-instance&lt;/font&gt;&lt;/p&gt;&lt;/div&gt;" vertex="1">
-           <mxGeometry height="41" width="190" x="-50" y="99.5" as="geometry" />
+           <mxGeometry height="41" width="190" x="-50" y="89.5" as="geometry" />
+         </mxCell>
+         <mxCell id="-1oO5dFaqAG-5yfXqmfe-1" connectable="0" parent="vm-subnet" style="group" value="" vertex="1">
+           <mxGeometry height="117" width="110" x="726" y="58.5" as="geometry" />
+         </mxCell>
+         <mxCell id="-1oO5dFaqAG-5yfXqmfe-2" parent="-1oO5dFaqAG-5yfXqmfe-1" style="vsdxID=57;fillColor=none;gradientColor=none;strokeColor=none;spacingTop=-3;spacingBottom=-3;spacingLeft=-3;spacingRight=-3;points=[];labelBackgroundColor=none;rounded=0;html=1;whiteSpace=wrap;" vertex="1">
+           <mxGeometry height="84" width="84" x="4" as="geometry" />
+         </mxCell>
+         <mxCell id="-1oO5dFaqAG-5yfXqmfe-3" parent="-1oO5dFaqAG-5yfXqmfe-2" style="vsdxID=58;fillColor=none;gradientColor=none;strokeColor=none;spacingTop=-3;spacingBottom=-3;spacingLeft=-3;spacingRight=-3;points=[];labelBackgroundColor=none;rounded=0;html=1;whiteSpace=wrap;" vertex="1">
+           <mxGeometry height="84" width="84" as="geometry" />
+         </mxCell>
+         <mxCell id="-1oO5dFaqAG-5yfXqmfe-4" parent="-1oO5dFaqAG-5yfXqmfe-3" style="vsdxID=59;fillColor=#FFFFFF;gradientColor=none;shape=stencil(lZPRDoIwDEW/Zq9LWUHCs+J/EAVZRCATFP/eYYdsAzW+td2922mzMtxey6zNmYBrp5pzfpfHrmS4Y0LIusyV7HTEMGW4LRqVn1TT10fK22xUjtGluY03DOSLOEajScCDCknC482rsif9oVdkCEggeIjGEfgWGASVwChMmsQchVGgqzBpEvLQfrWStUUJDuKb+QMhuHgz8ERnteDyTnDWVBzcVTiNvnFnCN/o9Cyi2CUEFy8Ab3xWB+hLfOJVxFnuI3+AnA1L6kEsG/HJB1zOxkNfBf39Hf/V62D++4WsKlod+9zfFV2iPcP0CQ==);strokeColor=none;spacingTop=-3;spacingBottom=-3;spacingLeft=-3;spacingRight=-3;points=[];labelBackgroundColor=none;rounded=0;html=1;whiteSpace=wrap;" vertex="1">
+           <mxGeometry height="82" width="82" x="1" y="1" as="geometry" />
+         </mxCell>
+         <mxCell id="-1oO5dFaqAG-5yfXqmfe-5" parent="-1oO5dFaqAG-5yfXqmfe-3" style="vsdxID=60;fillColor=#FFFFFF;gradientColor=none;shape=stencil(lZXRdoIwDIafprc9aUMpvXb6Hp6JgzMmHsSNvf1gLbQNCHpX4h/88iehDHe34njNmYRb29Sf+U95aguGb0zK8lLkTdn2J4Z7hrtz3eQfTX2/nOzz9Tgoh9NX/T28obN5BjmqIUvCr41Ijtl/4GD17/fGJgiXoXhiXIYgKdBJJ9IcR5ELJVy6SIdzkQulPMHwz6vyEsIGCRN+JlZpgxRfgFEEN6jJV5ClhDfwCqlqEbgvR8S8VE95e5c0wdU8lTFu77cmtIprEdMGIs+v9GPYIGG5GZQ1SBCzHstZPXI2LDhzCZdnkIzB5sy+qt/aCXihxbBuWaZiyyD2C6hZdAghdmp9YSAi21wWYHTyREInb+J3EQHANro5Sh41R8U7TeQLGy2Ih56BQgXbPJWCVPPcenj9c9thDNcp/U5O3Ry5Um5EjErsXPjorLu5Nrr9wV8E57Kq7D0S/k4vjj5kLx3c/wE=);strokeColor=none;spacingTop=-3;spacingBottom=-3;spacingLeft=-3;spacingRight=-3;points=[];labelBackgroundColor=none;rounded=0;html=1;whiteSpace=wrap;" vertex="1">
+           <mxGeometry height="84" width="84" as="geometry" />
+         </mxCell>
+         <mxCell id="-1oO5dFaqAG-5yfXqmfe-6" parent="-1oO5dFaqAG-5yfXqmfe-2" style="vsdxID=61;fillColor=none;gradientColor=none;strokeColor=none;spacingTop=-3;spacingBottom=-3;spacingLeft=-3;spacingRight=-3;points=[];labelBackgroundColor=none;rounded=0;html=1;whiteSpace=wrap;" vertex="1">
+           <mxGeometry height="80" width="80" x="2" y="2" as="geometry" />
+         </mxCell>
+         <mxCell id="-1oO5dFaqAG-5yfXqmfe-7" parent="-1oO5dFaqAG-5yfXqmfe-6" style="vsdxID=62;fillColor=#2d5967;gradientColor=none;shape=stencil(nZTBcoMgEEC/hisDrBE5p8l/ZBJTmVrNGNOavy8ULCzEOM0N1rfy2GWWwPbaHC41Eew6Dv1H/a1PY0PgjQihu6Ye9GhWBHYEtud+qN+H/tad3P5ysKRdffZf9g+Ty2M2Q7C726kNFdVvZO/g421wNMe43ypJpePZJFyIU6U8NEeYz5rABQoqCo8ARvypre4iRSMlS6SZ4KmkqijjWDQ4pFKzZXwVSBlYKA8WDXxcrIfoi+CKwAqMOw9UFogvKJdPulCGor7GG59N+bRvZdY3k1MB7lz8HMRfIue4d/aw+V+QUg+Fo1e5wKe+EJ46z0VEVmaR3wkyCBaKhWX/2bxV3CzChDjrtnUDJv6eThQTctMIdj8=);strokeColor=none;spacingTop=-3;spacingBottom=-3;spacingLeft=-3;spacingRight=-3;points=[];labelBackgroundColor=none;rounded=0;html=1;whiteSpace=wrap;" vertex="1">
+           <mxGeometry height="72" width="80" y="8" as="geometry" />
+         </mxCell>
+         <mxCell id="-1oO5dFaqAG-5yfXqmfe-8" parent="-1oO5dFaqAG-5yfXqmfe-6" style="vsdxID=63;fillColor=#2d5967;gradientColor=none;shape=stencil(nZLRDoIwDEW/Zq/L1jmBZ9T/IDJkERkZoPD3MjfDBhES33rb06Y3LWJpW2aNQEDaTqu7eMm8KxE7IQBZl0LLbooQOyOWFkqLm1Z9nVvdZIY00UM9zYTB9iUcR9x0ARlthnzUxcKVrD34gGGDvfbaTqa2CA6lPksGCOToJESYJ45gIeEkj/ERfu9GgsUo2bDxLf4Fr9ZY2p4b6Nqac5vEoXsSOvePwnavsnPCKZiPX8iqsr/j15fPMqXso7HzGw==);strokeColor=none;spacingTop=-3;spacingBottom=-3;spacingLeft=-3;spacingRight=-3;points=[];labelBackgroundColor=none;rounded=0;html=1;whiteSpace=wrap;" vertex="1">
+           <mxGeometry height="5" width="80" as="geometry" />
+         </mxCell>
+         <mxCell id="-1oO5dFaqAG-5yfXqmfe-9" parent="-1oO5dFaqAG-5yfXqmfe-6" style="vsdxID=64;fillColor=#2d5967;gradientColor=none;shape=stencil(pVXRcsIgEPyavN4cdyGBZ6v/4dRYM7XGidravy8paHKkYjJ9I5dd2OUWyHhx2q2PVUZ4OrfNe/VVb867jF8yovqwq9r67EYZLzNebJu2emuby2Hjv4/rDtmNPprPboar5ynEjkP4Hb4N5PRbWXn466X1eBUTboUcrPKlK/mSLaEoAyqUlAKTBxQHlAakgOIYFVbf14eB2ByBpNo0nnMwRhAICk65YwZjpT+8z3GzxwS6kPZQWmMEK51hwhVYKRJTCgmYI4FSHUplDFhKcSiVFaDNY3FROjDhYxSlWeA4dzPhMtWjLU2bHLRrElzHserPwLT5XVdIpxJR6Hn4J3bjEA0WUBHjnqMBhkYYHi08KU1Phco2Dm+IUOFkTEYbNxdPFkwC7xp5P/kPCKMbhYCiA9tz+iuFQUe7TQasjq6VvEeFEpWgbEKwW6oUglV568GfBOu2xPyP8GTPZzd1AsEN+gduW+/3/n0c/o8fRFfyjykvfwA=);strokeColor=none;spacingTop=-3;spacingBottom=-3;spacingLeft=-3;spacingRight=-3;points=[];labelBackgroundColor=none;rounded=0;html=1;whiteSpace=wrap;" vertex="1">
+           <mxGeometry height="45" width="60" x="10" y="21" as="geometry" />
+         </mxCell>
+         <mxCell id="-1oO5dFaqAG-5yfXqmfe-10" parent="-1oO5dFaqAG-5yfXqmfe-6" style="vsdxID=65;fillColor=#2d5967;gradientColor=none;shape=stencil(nZBLCoAwDERPk31tjuDnHoLVBmsrtf5ub0sQRdzobiZ5ycAA5pOuRwVSTMG7Xq3UBA1YgJRktfIUogIsAfPWedV5N9uG/VgnMqnBLenDxneZEOlGip09u4pRQ/aG/gTPhFf0Gf8J/otGcdXRkjHc5n3/rC+OuHosDw==);strokeColor=none;spacingTop=-3;spacingBottom=-3;spacingLeft=-3;spacingRight=-3;points=[];labelBackgroundColor=none;rounded=0;html=1;whiteSpace=wrap;" vertex="1">
+           <mxGeometry height="3" width="11" x="15" y="26" as="geometry" />
+         </mxCell>
+         <mxCell id="-1oO5dFaqAG-5yfXqmfe-11" parent="-1oO5dFaqAG-5yfXqmfe-1" style="verticalAlign=middle;align=center;vsdxID=67;fillColor=none;gradientColor=none;shape=stencil(nZBLDoAgDERP0z3SIyjew0SURgSD+Lu9kMZoXLhwN9O+tukAlrNpJg1SzDH4QW/URgNYgZTkjA4UkwJUgGXng+6DX1zLfmoymdXo17xh5zmRJ6Q42BWCfc2oJfdAr+Yv+AP9Cb7OJ3H/2JG1HNGz/84klThPVCc=);strokeColor=none;spacingTop=-3;spacingBottom=-3;spacingLeft=-3;spacingRight=-3;points=[];labelBackgroundColor=none;rounded=0;html=1;whiteSpace=wrap;fontSize=18;fontStyle=0" value="&lt;div&gt;&lt;font style=&quot;color: rgb(0, 0, 0); direction: ltr; letter-spacing: 0px; line-height: 120%; opacity: 1;&quot;&gt;&lt;font face=&quot;Helvetica&quot;&gt;NFS Storage&lt;/font&gt;&lt;br&gt;&lt;/font&gt;&lt;/div&gt;" vertex="1">
+           <mxGeometry height="20" width="110" x="-9" y="93" as="geometry" />
        </mxCell>
      </root>
    </mxGraphModel>
  </diagram>
</mxfile>
